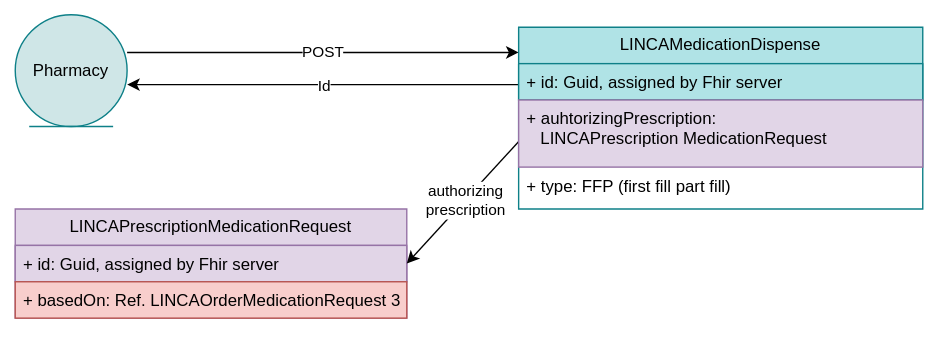
The draw.io diagram r5-LinkedCare-dev/UserStory_017_diagram.svg in HL7Austria/hl7austria.github.io, before a commit. Source tidied: cells renumbered, new cells last; positions are measured from the earlier drawing's top-left corner, leaving out a move shared by most shapes. The source it was exported from:
```xml
<mxGraphModel>
  <root>
    <mxCell id="0" />
    <mxCell id="1" parent="0" />
    <mxCell id="2" value="Pharmacy" style="ellipse;shape=umlEntity;whiteSpace=wrap;html=1;fillColor=#CFE6E7;strokeColor=#0e8088;" parent="1" vertex="1">
      <mxGeometry width="80" height="80" as="geometry" />
    </mxCell>
    <mxCell id="3" value="POST" style="endArrow=classic;html=1;rounded=0;" parent="1" edge="1">
      <mxGeometry relative="1" as="geometry">
        <mxPoint x="80" y="27" as="sourcePoint" />
        <mxPoint x="360" y="27" as="targetPoint" />
      </mxGeometry>
    </mxCell>
    <mxCell id="4" style="endArrow=classic;html=1;rounded=0;" parent="1" edge="1">
      <mxGeometry relative="1" as="geometry">
        <mxPoint x="360" y="50" as="sourcePoint" />
        <mxPoint x="80" y="50" as="targetPoint" />
      </mxGeometry>
    </mxCell>
    <mxCell id="5" value="Id" style="edgeLabel;html=1;align=center;verticalAlign=middle;" parent="4" vertex="1">
      <mxGeometry relative="1" as="geometry" />
    </mxCell>
    <mxCell id="6" value="LINCAPrescriptionMedicationRequest" style="swimlane;fontStyle=0;horizontal=1;startSize=26;fillColor=#e1d5e7;whiteSpace=wrap;html=1;strokeColor=#9673a6;" parent="1" vertex="1">
      <mxGeometry y="139" width="280" height="78" as="geometry" />
    </mxCell>
    <mxCell id="7" value="+ id: Guid, assigned by Fhir server" style="text;strokeColor=#9673a6;fillColor=#e1d5e7;align=left;verticalAlign=top;spacingLeft=4;spacingRight=4;overflow=hidden;whiteSpace=wrap;html=1;" parent="6" vertex="1">
      <mxGeometry y="26" width="280" height="26" as="geometry" />
    </mxCell>
    <mxCell id="8" value="+ basedOn: Ref. LINCAOrderMedicationRequest 3" style="text;strokeColor=#b85450;fillColor=#f8cecc;align=left;verticalAlign=top;spacingLeft=4;spacingRight=4;overflow=hidden;whiteSpace=wrap;html=1;" parent="6" vertex="1">
      <mxGeometry y="52" width="280" height="26" as="geometry" />
    </mxCell>
    <mxCell id="9" value="LINCAMedicationDispense" style="swimlane;fontStyle=0;horizontal=1;startSize=26;fillColor=#b0e3e6;whiteSpace=wrap;html=1;strokeColor=#0e8088;" parent="1" vertex="1">
      <mxGeometry x="360" y="9" width="289" height="130" as="geometry" />
    </mxCell>
    <mxCell id="10" value="+ id: Guid, assigned by Fhir server" style="text;strokeColor=#0e8088;fillColor=#b0e3e6;align=left;verticalAlign=top;spacingLeft=4;spacingRight=4;overflow=hidden;whiteSpace=wrap;html=1;" parent="9" vertex="1">
      <mxGeometry y="26" width="289" height="26" as="geometry" />
    </mxCell>
    <mxCell id="11" style="endArrow=classic;html=1;rounded=0;entryX=1;entryY=0.5;entryDx=0;entryDy=0;" parent="9" edge="1" target="6">
      <mxGeometry relative="1" as="geometry">
        <mxPoint x="3" y="78.5" as="sourcePoint" />
      </mxGeometry>
    </mxCell>
    <mxCell id="12" value="authorizing &lt;br&gt;prescription" style="edgeLabel;html=1;align=center;verticalAlign=middle;" parent="11" vertex="1">
      <mxGeometry relative="1" as="geometry" />
    </mxCell>
    <mxCell id="13" value="+ auhtorizingPrescription: &lt;br&gt;&amp;nbsp; &amp;nbsp;LINCAPrescription MedicationRequest" style="text;strokeColor=#9673a6;fillColor=#e1d5e7;align=left;verticalAlign=top;spacingLeft=4;spacingRight=4;overflow=hidden;whiteSpace=wrap;html=1;" parent="9" vertex="1">
      <mxGeometry y="52" width="289" height="48" as="geometry" />
    </mxCell>
    <mxCell id="14" value="+ type: FFP (first fill part fill)" style="text;align=left;verticalAlign=top;spacingLeft=4;spacingRight=4;overflow=hidden;whiteSpace=wrap;html=1;" parent="9" vertex="1">
      <mxGeometry y="100" width="289" height="30" as="geometry" />
    </mxCell>
  </root>
</mxGraphModel>
```
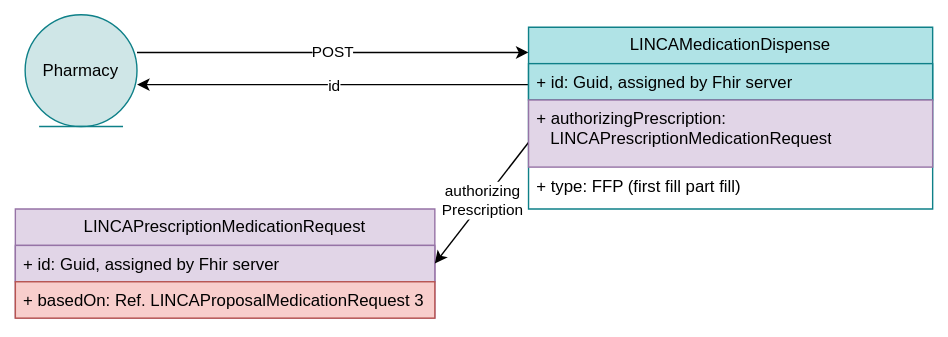
After the commit.

What changed in the source:
```diff
@@ -17,17 +17,17 @@
         <mxPoint x="80" y="50" as="targetPoint" />
       </mxGeometry>
     </mxCell>
-    <mxCell id="5" value="Id" style="edgeLabel;html=1;align=center;verticalAlign=middle;" parent="4" vertex="1">
+    <mxCell id="5" value="id" style="edgeLabel;html=1;align=center;verticalAlign=middle;" parent="4" vertex="1">
       <mxGeometry relative="1" as="geometry" />
     </mxCell>
     <mxCell id="6" value="LINCAPrescriptionMedicationRequest" style="swimlane;fontStyle=0;horizontal=1;startSize=26;fillColor=#e1d5e7;whiteSpace=wrap;html=1;strokeColor=#9673a6;" parent="1" vertex="1">
-      <mxGeometry y="139" width="280" height="78" as="geometry" />
+      <mxGeometry x="-7" y="139" width="300" height="78" as="geometry" />
     </mxCell>
     <mxCell id="7" value="+ id: Guid, assigned by Fhir server" style="text;strokeColor=#9673a6;fillColor=#e1d5e7;align=left;verticalAlign=top;spacingLeft=4;spacingRight=4;overflow=hidden;whiteSpace=wrap;html=1;" parent="6" vertex="1">
-      <mxGeometry y="26" width="280" height="26" as="geometry" />
+      <mxGeometry y="26" width="300" height="26" as="geometry" />
     </mxCell>
-    <mxCell id="8" value="+ basedOn: Ref. LINCAOrderMedicationRequest 3" style="text;strokeColor=#b85450;fillColor=#f8cecc;align=left;verticalAlign=top;spacingLeft=4;spacingRight=4;overflow=hidden;whiteSpace=wrap;html=1;" parent="6" vertex="1">
-      <mxGeometry y="52" width="280" height="26" as="geometry" />
+    <mxCell id="8" value="+ basedOn: Ref. LINCAProposalMedicationRequest 3" style="text;strokeColor=#b85450;fillColor=#f8cecc;align=left;verticalAlign=top;spacingLeft=4;spacingRight=4;overflow=hidden;whiteSpace=wrap;html=1;" parent="6" vertex="1">
+      <mxGeometry y="52" width="300" height="26" as="geometry" />
     </mxCell>
     <mxCell id="9" value="LINCAMedicationDispense" style="swimlane;fontStyle=0;horizontal=1;startSize=26;fillColor=#b0e3e6;whiteSpace=wrap;html=1;strokeColor=#0e8088;" parent="1" vertex="1">
       <mxGeometry x="360" y="9" width="289" height="130" as="geometry" />
@@ -40,10 +40,12 @@
         <mxPoint x="3" y="78.5" as="sourcePoint" />
       </mxGeometry>
     </mxCell>
-    <mxCell id="12" value="authorizing &lt;br&gt;prescription" style="edgeLabel;html=1;align=center;verticalAlign=middle;" parent="11" vertex="1">
-      <mxGeometry relative="1" as="geometry" />
+    <mxCell id="12" value="authorizing &lt;br&gt;Prescription" style="edgeLabel;html=1;align=center;verticalAlign=middle;" parent="11" vertex="1">
+      <mxGeometry relative="1" as="geometry">
+        <mxPoint x="-2" as="offset" />
+      </mxGeometry>
     </mxCell>
-    <mxCell id="13" value="+ auhtorizingPrescription: &lt;br&gt;&amp;nbsp; &amp;nbsp;LINCAPrescription MedicationRequest" style="text;strokeColor=#9673a6;fillColor=#e1d5e7;align=left;verticalAlign=top;spacingLeft=4;spacingRight=4;overflow=hidden;whiteSpace=wrap;html=1;" parent="9" vertex="1">
+    <mxCell id="13" value="+ authorizingPrescription: &lt;br&gt;&amp;nbsp; &amp;nbsp;LINCAPrescriptionMedicationRequest" style="text;strokeColor=#9673a6;fillColor=#e1d5e7;align=left;verticalAlign=top;spacingLeft=4;spacingRight=4;overflow=hidden;whiteSpace=wrap;html=1;" parent="9" vertex="1">
       <mxGeometry y="52" width="289" height="48" as="geometry" />
     </mxCell>
     <mxCell id="14" value="+ type: FFP (first fill part fill)" style="text;align=left;verticalAlign=top;spacingLeft=4;spacingRight=4;overflow=hidden;whiteSpace=wrap;html=1;" parent="9" vertex="1">
```
